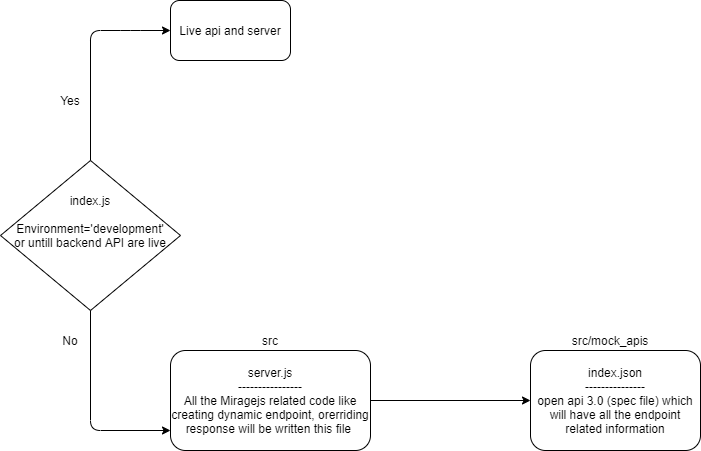
Before: assets/mock_api_workflow.png, a diagram exported from draw.io (divyanikoshta/demo-md-file). Source tidied: cells renumbered, new cells last; positions are measured from the earlier drawing's top-left corner, leaving out a move shared by most shapes. Its diagram source:
```xml
<mxGraphModel>
  <root>
    <mxCell id="0" />
    <mxCell id="1" parent="0" />
    <mxCell id="2" value="Environment='development'&lt;br&gt;or untill backend API are live" style="rhombus;whiteSpace=wrap;html=1;" parent="1" vertex="1">
      <mxGeometry y="160" width="180" height="150" as="geometry" />
    </mxCell>
    <mxCell id="3" style="endArrow=classic;html=1;exitX=0.5;exitY=0;exitDx=0;exitDy=0;" parent="1" edge="1" source="2">
      <mxGeometry relative="1" as="geometry">
        <mxPoint x="170" y="30" as="targetPoint" />
        <Array as="points">
          <mxPoint x="90" y="30" />
          <mxPoint x="130" y="30" />
        </Array>
      </mxGeometry>
    </mxCell>
    <mxCell id="4" style="endArrow=classic;html=1;exitX=0.5;exitY=1;exitDx=0;exitDy=0;" parent="1" edge="1" source="2">
      <mxGeometry relative="1" as="geometry">
        <mxPoint x="170" y="430" as="targetPoint" />
        <Array as="points">
          <mxPoint x="90" y="430" />
        </Array>
      </mxGeometry>
    </mxCell>
    <mxCell id="5" value="Live api and server" style="rounded=1;whiteSpace=wrap;html=1;" parent="1" vertex="1">
      <mxGeometry x="170" width="120" height="60" as="geometry" />
    </mxCell>
    <mxCell id="6" value="server.js&lt;br&gt;----------------&lt;br&gt;All the Miragejs related code like creating dynamic endpoint, orerriding response will be written this file&amp;nbsp;" style="rounded=1;whiteSpace=wrap;html=1;" parent="1" vertex="1">
      <mxGeometry x="170" y="350" width="200" height="100" as="geometry" />
    </mxCell>
    <mxCell id="7" value="index.json&lt;br&gt;---------------&lt;br&gt;open api 3.0 (spec file) which will have all the endpoint related information" style="rounded=1;whiteSpace=wrap;html=1;" parent="1" vertex="1">
      <mxGeometry x="530" y="350" width="170" height="100" as="geometry" />
    </mxCell>
    <mxCell id="8" value="Yes" style="text;html=1;strokeColor=none;fillColor=none;align=center;verticalAlign=middle;whiteSpace=wrap;rounded=0;" parent="1" vertex="1">
      <mxGeometry x="50" y="90" width="40" height="20" as="geometry" />
    </mxCell>
    <mxCell id="9" value="No" style="text;html=1;strokeColor=none;fillColor=none;align=center;verticalAlign=middle;whiteSpace=wrap;rounded=0;" parent="1" vertex="1">
      <mxGeometry x="50" y="330" width="40" height="20" as="geometry" />
    </mxCell>
    <mxCell id="10" style="endArrow=classic;html=1;exitX=1;exitY=0.5;exitDx=0;exitDy=0;entryX=0;entryY=0.5;entryDx=0;entryDy=0;" parent="1" edge="1" source="6" target="7">
      <mxGeometry relative="1" as="geometry" />
    </mxCell>
    <mxCell id="11" value="index.js" style="text;html=1;strokeColor=none;fillColor=none;align=center;verticalAlign=middle;whiteSpace=wrap;rounded=0;" parent="1" vertex="1">
      <mxGeometry x="70" y="190" width="40" height="20" as="geometry" />
    </mxCell>
    <mxCell id="12" value="src" style="text;html=1;strokeColor=none;fillColor=none;align=center;verticalAlign=middle;whiteSpace=wrap;rounded=0;" parent="1" vertex="1">
      <mxGeometry x="250" y="330" width="40" height="20" as="geometry" />
    </mxCell>
    <mxCell id="13" value="src/mock_apis" style="text;html=1;strokeColor=none;fillColor=none;align=center;verticalAlign=middle;whiteSpace=wrap;rounded=0;" parent="1" vertex="1">
      <mxGeometry x="590" y="330" width="40" height="20" as="geometry" />
    </mxCell>
  </root>
</mxGraphModel>
```
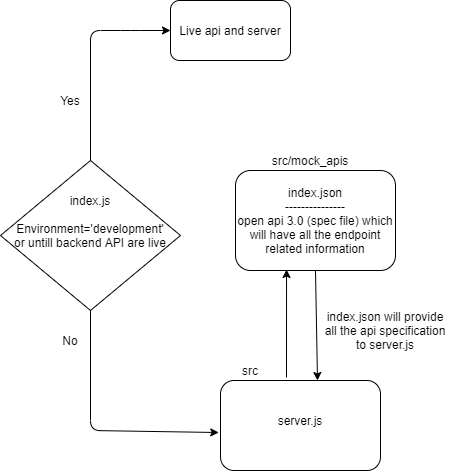
Above is the later version.

Change to the diagram source:
```diff
@@ -14,9 +14,8 @@
         </Array>
       </mxGeometry>
     </mxCell>
-    <mxCell id="4" style="endArrow=classic;html=1;exitX=0.5;exitY=1;exitDx=0;exitDy=0;" parent="1" edge="1" source="2">
+    <mxCell id="4" style="endArrow=classic;html=1;exitX=0.5;exitY=1;exitDx=0;exitDy=0;entryX=-0.011;entryY=0.578;entryDx=0;entryDy=0;entryPerimeter=0;" parent="1" edge="1" source="2" target="6">
       <mxGeometry relative="1" as="geometry">
-        <mxPoint x="170" y="430" as="targetPoint" />
         <Array as="points">
           <mxPoint x="90" y="430" />
         </Array>
@@ -25,11 +24,11 @@
     <mxCell id="5" value="Live api and server" style="rounded=1;whiteSpace=wrap;html=1;" parent="1" vertex="1">
       <mxGeometry x="170" width="120" height="60" as="geometry" />
     </mxCell>
-    <mxCell id="6" value="server.js&lt;br&gt;----------------&lt;br&gt;All the Miragejs related code like creating dynamic endpoint, orerriding response will be written this file&amp;nbsp;" style="rounded=1;whiteSpace=wrap;html=1;" parent="1" vertex="1">
-      <mxGeometry x="170" y="350" width="200" height="100" as="geometry" />
+    <mxCell id="6" style="rounded=1;whiteSpace=wrap;html=1;" parent="1" vertex="1">
+      <mxGeometry x="220" y="380" width="160" height="90" as="geometry" />
     </mxCell>
     <mxCell id="7" value="index.json&lt;br&gt;---------------&lt;br&gt;open api 3.0 (spec file) which will have all the endpoint related information" style="rounded=1;whiteSpace=wrap;html=1;" parent="1" vertex="1">
-      <mxGeometry x="530" y="350" width="170" height="100" as="geometry" />
+      <mxGeometry x="235" y="170" width="160" height="100" as="geometry" />
     </mxCell>
     <mxCell id="8" value="Yes" style="text;html=1;strokeColor=none;fillColor=none;align=center;verticalAlign=middle;whiteSpace=wrap;rounded=0;" parent="1" vertex="1">
       <mxGeometry x="50" y="90" width="40" height="20" as="geometry" />
@@ -37,17 +36,30 @@
     <mxCell id="9" value="No" style="text;html=1;strokeColor=none;fillColor=none;align=center;verticalAlign=middle;whiteSpace=wrap;rounded=0;" parent="1" vertex="1">
       <mxGeometry x="50" y="330" width="40" height="20" as="geometry" />
     </mxCell>
-    <mxCell id="10" style="endArrow=classic;html=1;exitX=1;exitY=0.5;exitDx=0;exitDy=0;entryX=0;entryY=0.5;entryDx=0;entryDy=0;" parent="1" edge="1" source="6" target="7">
-      <mxGeometry relative="1" as="geometry" />
-    </mxCell>
     <mxCell id="11" value="index.js" style="text;html=1;strokeColor=none;fillColor=none;align=center;verticalAlign=middle;whiteSpace=wrap;rounded=0;" parent="1" vertex="1">
       <mxGeometry x="70" y="190" width="40" height="20" as="geometry" />
     </mxCell>
     <mxCell id="12" value="src" style="text;html=1;strokeColor=none;fillColor=none;align=center;verticalAlign=middle;whiteSpace=wrap;rounded=0;" parent="1" vertex="1">
-      <mxGeometry x="250" y="330" width="40" height="20" as="geometry" />
+      <mxGeometry x="230" y="360" width="40" height="20" as="geometry" />
     </mxCell>
     <mxCell id="13" value="src/mock_apis" style="text;html=1;strokeColor=none;fillColor=none;align=center;verticalAlign=middle;whiteSpace=wrap;rounded=0;" parent="1" vertex="1">
-      <mxGeometry x="590" y="330" width="40" height="20" as="geometry" />
+      <mxGeometry x="290" y="150" width="40" height="20" as="geometry" />
     </mxCell>
+    <mxCell id="14" style="endArrow=classic;html=1;entryX=0.319;entryY=0.99;entryDx=0;entryDy=0;entryPerimeter=0;" parent="1" edge="1" target="7">
+      <mxGeometry relative="1" as="geometry">
+        <mxPoint x="286" y="377" as="sourcePoint" />
+      </mxGeometry>
+    </mxCell>
+    <mxCell id="15" style="endArrow=classic;html=1;exitX=0.5;exitY=1;exitDx=0;exitDy=0;" parent="1" edge="1" source="7">
+      <mxGeometry relative="1" as="geometry">
+        <mxPoint x="317" y="380" as="targetPoint" />
+      </mxGeometry>
+    </mxCell>
+    <mxCell id="16" value="index.json will provide all the api specification to server.js" style="text;html=1;strokeColor=none;fillColor=none;align=center;verticalAlign=middle;whiteSpace=wrap;rounded=0;" parent="1" vertex="1">
+      <mxGeometry x="320" y="320" width="130" height="20" as="geometry" />
+    </mxCell>
+    <mxCell id="17" value="server.js" style="text;html=1;strokeColor=none;fillColor=none;align=center;verticalAlign=middle;whiteSpace=wrap;rounded=0;" parent="1" vertex="1">
+      <mxGeometry x="280" y="410" width="40" height="20" as="geometry" />
+    </mxCell>
   </root>
 </mxGraphModel>
```
